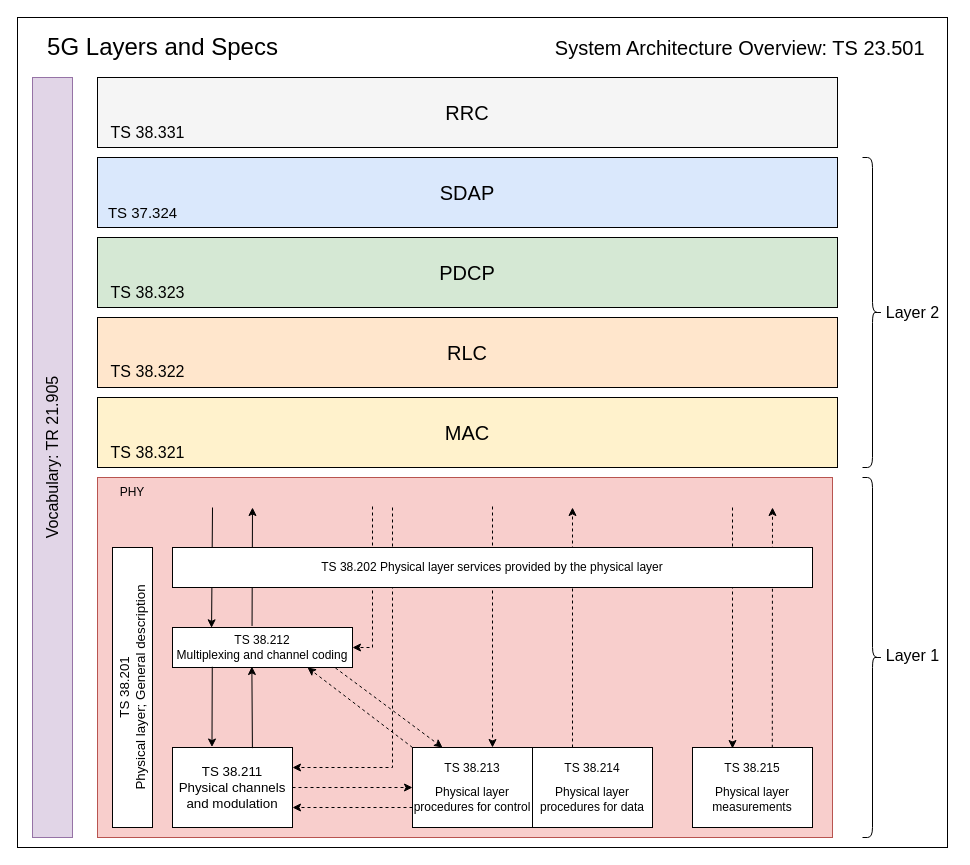
This is ewm/source/03_com/cellular_network/3gpp/3gpp_5gnr_layers_and_specs.drawio from tuannv-github/blog, a draw.io file, before an edit. Source tidied: cells renumbered, new cells numbered last; positions are measured from the earlier drawing's top-left corner, leaving out a move shared by most shapes. Both pictures are drawn from the tidied source at 100%, with x=0, y=0 at pixel (-328, 17).
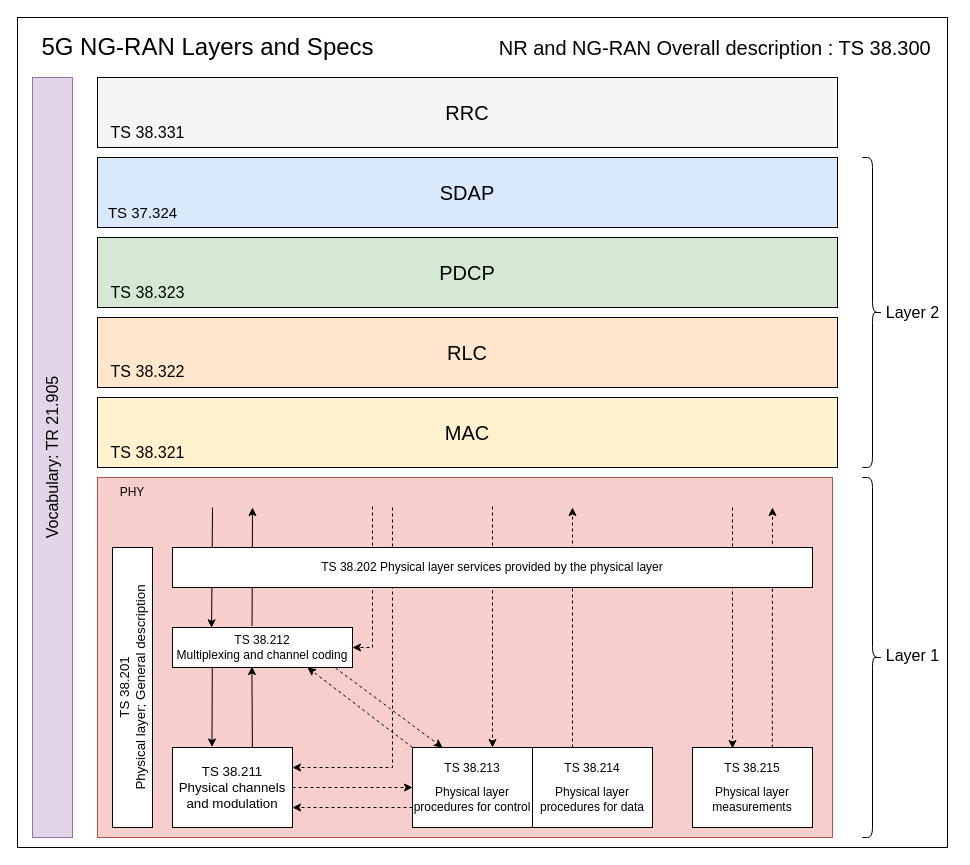
The same page after the edit.

Commit message (it also covers changes not shown here):
update cellular network 3gpp

The edit, as a diff of the source:
```diff
@@
-    <mxCell id="49" value="5G Layers and Specs" style="text;html=1;align=center;verticalAlign=middle;strokeColor=none;fillColor=none;fontSize=24;" parent="1" vertex="1">
-      <mxGeometry x="365" y="10" width="250" height="40" as="geometry" />
+    <mxCell id="49" value="5G NG-RAN Layers and Specs" style="text;html=1;align=center;verticalAlign=middle;strokeColor=none;fillColor=none;fontSize=24;" parent="1" vertex="1">
+      <mxGeometry x="355" y="10" width="360" height="40" as="geometry" />
     </mxCell>
-    <mxCell id="50" value="System Architecture Overview: TS 23.501&amp;nbsp;" style="text;html=1;align=center;verticalAlign=middle;strokeColor=none;fillColor=none;fontSize=20;" parent="1" vertex="1">
-      <mxGeometry x="870" y="10" width="400" height="40" as="geometry" />
+    <mxCell id="50" value="NR and NG-RAN Overall description : TS 38.300&amp;nbsp;" style="text;html=1;align=center;verticalAlign=middle;strokeColor=none;fillColor=none;fontSize=20;" parent="1" vertex="1">
+      <mxGeometry x="815" y="10" width="460" height="40" as="geometry" />
     </mxCell>
```
